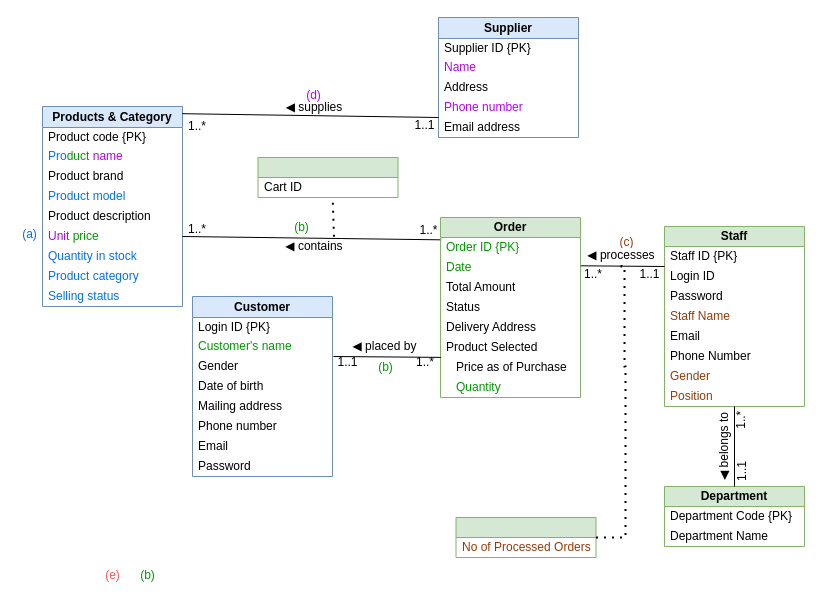
Earlier version of the draw.io diagram Assignment_1.drawio (shadowngks/DBMS). Source tidied: cells renumbered, new cells numbered last; positions are measured from the earlier drawing's top-left corner, leaving out a move shared by most shapes. Both pictures are drawn from the tidied source at 100%, with x=0, y=0 at pixel (17, 17).
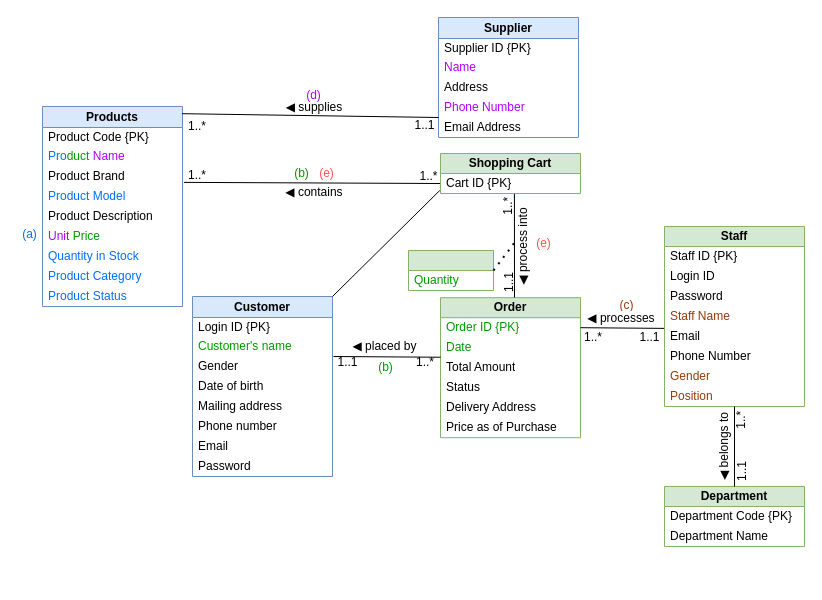
After the change.

Commit message:
This PC is only from this supplier

The change refers to these unchanged cells:
```xml
<mxCell id="12" value="Supplier" style="swimlane;fontStyle=1;horizontal=1;startSize=21;whiteSpace=wrap;html=1;fillColor=#dae8fc;strokeColor=#6c8ebf;" parent="1" vertex="1">
  <mxGeometry x="421" width="140" height="120" as="geometry" />
</mxCell>
<mxCell id="18" value="Customer" style="swimlane;fontStyle=1;horizontal=1;startSize=21;whiteSpace=wrap;html=1;fillColor=#dae8fc;strokeColor=#6c8ebf;" parent="1" vertex="1">
  <mxGeometry x="175" y="279" width="140" height="180" as="geometry" />
</mxCell>
<mxCell id="36" value="Order ID {PK}" style="text;strokeColor=none;fillColor=none;align=left;verticalAlign=middle;spacingLeft=4;spacingRight=4;overflow=hidden;points=[[0,0.5],[1,0.5]];portConstraint=eastwest;whiteSpace=wrap;html=1;fontColor=#009900;" parent="35" vertex="1">
  <mxGeometry y="20" width="140" height="20" as="geometry" />
</mxCell>
<mxCell id="37" value="Date" style="text;strokeColor=none;fillColor=none;align=left;verticalAlign=middle;spacingLeft=4;spacingRight=4;overflow=hidden;points=[[0,0.5],[1,0.5]];portConstraint=eastwest;whiteSpace=wrap;html=1;fontColor=#009900;" parent="35" vertex="1">
  <mxGeometry y="40" width="140" height="20" as="geometry" />
</mxCell>
<mxCell id="51" value="Email" style="text;html=1;align=left;verticalAlign=middle;whiteSpace=wrap;rounded=0;spacingLeft=4;" parent="46" vertex="1">
  <mxGeometry y="100" width="140" height="20" as="geometry" />
</mxCell>
```

The edit, as a diff of the source:
```diff
@@
-    <mxCell id="2" value="Products &amp;amp; Category" style="swimlane;fontStyle=1;horizontal=1;startSize=21;whiteSpace=wrap;html=1;fillColor=#dae8fc;strokeColor=#6c8ebf;" parent="1" vertex="1">
+    <mxCell id="2" value="Products" style="swimlane;fontStyle=1;horizontal=1;startSize=21;whiteSpace=wrap;html=1;fillColor=#dae8fc;strokeColor=#6c8ebf;" parent="1" vertex="1">
       <mxGeometry x="25" y="89" width="140" height="200" as="geometry" />
     </mxCell>
-    <mxCell id="3" value="Product code {PK}" style="text;strokeColor=none;fillColor=none;align=left;verticalAlign=middle;spacingLeft=4;spacingRight=4;overflow=hidden;whiteSpace=wrap;html=1;" parent="2" vertex="1">
+    <mxCell id="3" value="Product Code {PK}" style="text;strokeColor=none;fillColor=none;align=left;verticalAlign=middle;spacingLeft=4;spacingRight=4;overflow=hidden;whiteSpace=wrap;html=1;" parent="2" vertex="1">
       <mxGeometry y="21" width="140" height="19" as="geometry" />
     </mxCell>
-    <mxCell id="4" value="Pro&lt;font color=&quot;#009900&quot;&gt;duct&lt;/font&gt; &lt;font color=&quot;#b300ff&quot;&gt;name&lt;/font&gt;" style="text;strokeColor=none;fillColor=none;align=left;verticalAlign=middle;spacingLeft=4;spacingRight=4;overflow=hidden;whiteSpace=wrap;html=1;fontColor=#006FFF;" parent="2" vertex="1">
+    <mxCell id="4" value="Pro&lt;font color=&quot;#009900&quot;&gt;duct&lt;/font&gt;&amp;nbsp;&lt;font color=&quot;#b300ff&quot;&gt;Name&lt;/font&gt;" style="text;strokeColor=none;fillColor=none;align=left;verticalAlign=middle;spacingLeft=4;spacingRight=4;overflow=hidden;whiteSpace=wrap;html=1;fontColor=#006FFF;" parent="2" vertex="1">
       <mxGeometry y="40" width="140" height="20" as="geometry" />
     </mxCell>
-    <mxCell id="5" value="Product brand" style="text;strokeColor=none;fillColor=none;align=left;verticalAlign=middle;spacingLeft=4;spacingRight=4;overflow=hidden;points=[[0,0.5],[1,0.5]];portConstraint=eastwest;whiteSpace=wrap;html=1;" parent="2" vertex="1">
+    <mxCell id="5" value="Product Brand" style="text;strokeColor=none;fillColor=none;align=left;verticalAlign=middle;spacingLeft=4;spacingRight=4;overflow=hidden;points=[[0,0.5],[1,0.5]];portConstraint=eastwest;whiteSpace=wrap;html=1;" parent="2" vertex="1">
       <mxGeometry y="60" width="140" height="20" as="geometry" />
     </mxCell>
-    <mxCell id="6" value="Product model" style="text;html=1;align=left;verticalAlign=middle;whiteSpace=wrap;rounded=0;spacingLeft=4;fontColor=#006FFF;" parent="2" vertex="1">
+    <mxCell id="6" value="Product Model" style="text;html=1;align=left;verticalAlign=middle;whiteSpace=wrap;rounded=0;spacingLeft=4;fontColor=#006FFF;" parent="2" vertex="1">
       <mxGeometry y="80" width="140" height="20" as="geometry" />
     </mxCell>
-    <mxCell id="7" value="Product description" style="text;html=1;align=left;verticalAlign=middle;whiteSpace=wrap;rounded=0;spacingLeft=4;" parent="2" vertex="1">
+    <mxCell id="7" value="Product Description" style="text;html=1;align=left;verticalAlign=middle;whiteSpace=wrap;rounded=0;spacingLeft=4;" parent="2" vertex="1">
       <mxGeometry y="100" width="140" height="20" as="geometry" />
     </mxCell>
-    <mxCell id="8" value="Unit &lt;font color=&quot;#009900&quot;&gt;price&lt;/font&gt;" style="text;html=1;align=left;verticalAlign=middle;whiteSpace=wrap;rounded=0;spacingLeft=4;fontColor=#B300FF;" parent="2" vertex="1">
+    <mxCell id="8" value="Unit &lt;font color=&quot;#009900&quot;&gt;Price&lt;/font&gt;" style="text;html=1;align=left;verticalAlign=middle;whiteSpace=wrap;rounded=0;spacingLeft=4;fontColor=#B300FF;" parent="2" vertex="1">
       <mxGeometry y="120" width="140" height="20" as="geometry" />
     </mxCell>
-    <mxCell id="9" value="Quantity in stock" style="text;html=1;align=left;verticalAlign=middle;whiteSpace=wrap;rounded=0;spacingLeft=4;fontColor=#006FFF;" parent="2" vertex="1">
+    <mxCell id="9" value="Quantity in Stock" style="text;html=1;align=left;verticalAlign=middle;whiteSpace=wrap;rounded=0;spacingLeft=4;fontColor=#006FFF;" parent="2" vertex="1">
       <mxGeometry y="140" width="140" height="20" as="geometry" />
     </mxCell>
-    <mxCell id="10" value="Product category" style="text;html=1;align=left;verticalAlign=middle;whiteSpace=wrap;rounded=0;spacingLeft=4;fontColor=#006FFF;" parent="2" vertex="1">
+    <mxCell id="10" value="Product Category" style="text;html=1;align=left;verticalAlign=middle;whiteSpace=wrap;rounded=0;spacingLeft=4;fontColor=#006FFF;" parent="2" vertex="1">
       <mxGeometry y="160" width="140" height="20" as="geometry" />
     </mxCell>
-    <mxCell id="11" value="Selling status" style="text;html=1;align=left;verticalAlign=middle;whiteSpace=wrap;rounded=0;spacingLeft=4;fontColor=#006FFF;" parent="2" vertex="1">
+    <mxCell id="11" value="Product Status" style="text;html=1;align=left;verticalAlign=middle;whiteSpace=wrap;rounded=0;spacingLeft=4;fontColor=#006FFF;" parent="2" vertex="1">
       <mxGeometry y="180" width="140" height="20" as="geometry" />
     </mxCell>
@@
-    <mxCell id="16" value="Phone number" style="text;html=1;align=left;verticalAlign=middle;whiteSpace=wrap;rounded=0;spacingLeft=4;fontColor=#B300FF;" parent="12" vertex="1">
+    <mxCell id="16" value="Phone Number" style="text;html=1;align=left;verticalAlign=middle;whiteSpace=wrap;rounded=0;spacingLeft=4;fontColor=#B300FF;" parent="12" vertex="1">
       <mxGeometry y="80" width="140" height="20" as="geometry" />
     </mxCell>
-    <mxCell id="17" value="Email address" style="text;html=1;align=left;verticalAlign=middle;whiteSpace=wrap;rounded=0;spacingLeft=4;" parent="12" vertex="1">
+    <mxCell id="17" value="Email A&lt;span style=&quot;background-color: initial;&quot;&gt;ddress&lt;/span&gt;" style="text;html=1;align=left;verticalAlign=middle;whiteSpace=wrap;rounded=0;spacingLeft=4;" parent="12" vertex="1">
       <mxGeometry y="100" width="140" height="20" as="geometry" />
     </mxCell>
@@
     <mxCell id="31" style="swimlane;fontStyle=1;horizontal=1;startSize=20;whiteSpace=wrap;html=1;fillColor=#d5e8d4;strokeColor=#82b366;" parent="1" vertex="1">
-      <mxGeometry x="240.5" y="140" width="140" height="40" as="geometry" />
+      <mxGeometry x="391" y="233" width="85" height="40" as="geometry" />
     </mxCell>
-    <mxCell id="32" value="Cart ID" style="text;strokeColor=none;fillColor=none;align=left;verticalAlign=middle;spacingLeft=4;spacingRight=4;overflow=hidden;points=[[0,0.5],[1,0.5]];portConstraint=eastwest;whiteSpace=wrap;html=1;" parent="31" vertex="1">
-      <mxGeometry y="20" width="140" height="20" as="geometry" />
-    </mxCell>
+    <mxCell id="43" value="Quantity" style="text;strokeColor=none;fillColor=none;align=left;verticalAlign=middle;spacingLeft=4;spacingRight=4;overflow=hidden;whiteSpace=wrap;html=1;fontColor=#009900;" parent="31" vertex="1">
+      <mxGeometry y="20" width="85" height="20" as="geometry" />
+    </mxCell>
-    <mxCell id="33" style="endArrow=none;html=1;rounded=0;entryX=1;entryY=0.5;entryDx=0;entryDy=0;exitX=0.006;exitY=0.117;exitDx=0;exitDy=0;exitPerimeter=0;" parent="1" edge="1" source="36" target="8">
+    <mxCell id="33" style="endArrow=none;html=1;rounded=0;entryX=1.01;entryY=0.794;entryDx=0;entryDy=0;entryPerimeter=0;exitX=0;exitY=0.5;exitDx=0;exitDy=0;" parent="1" edge="1" source="82" target="5">
       <mxGeometry relative="1" as="geometry" />
     </mxCell>
     <mxCell id="34" value="&lt;span style=&quot;font-family: sans-serif; font-size: 12.0191px; text-align: start; white-space: pre; background-color: rgb(255, 255, 255);&quot;&gt;◀ contains&lt;/span&gt;" style="text;html=1;align=center;verticalAlign=middle;whiteSpace=wrap;rounded=0;" parent="1" vertex="1">
-      <mxGeometry x="256.5" y="219.2" width="80" height="20" as="geometry" />
+      <mxGeometry x="256.5" y="165.2" width="80" height="20" as="geometry" />
     </mxCell>
     <mxCell id="35" value="Order" style="swimlane;fontStyle=1;horizontal=1;startSize=20;whiteSpace=wrap;html=1;fillColor=#d5e8d4;strokeColor=#82b366;" parent="1" vertex="1">
-      <mxGeometry x="423" y="200" width="140" height="180" as="geometry" />
+      <mxGeometry x="423" y="280.2" width="140" height="140" as="geometry" />
     </mxCell>
@@
-    <mxCell id="41" value="Product Selected" style="text;strokeColor=none;fillColor=none;align=left;verticalAlign=middle;spacingLeft=4;spacingRight=4;overflow=hidden;whiteSpace=wrap;html=1;" parent="35" vertex="1">
-      <mxGeometry y="120" width="140" height="20" as="geometry" />
-    </mxCell>
-    <mxCell id="42" value="Price as of Purchase" style="text;strokeColor=none;fillColor=none;align=left;verticalAlign=middle;spacingLeft=14;spacingRight=4;overflow=hidden;points=[[0,0.5],[1,0.5]];portConstraint=eastwest;whiteSpace=wrap;html=1;" parent="35" vertex="1">
-      <mxGeometry y="140" width="140" height="20" as="geometry" />
+    <mxCell id="42" value="Price as of Purchase" style="text;strokeColor=none;fillColor=none;align=left;verticalAlign=middle;spacingLeft=4;spacingRight=4;overflow=hidden;points=[[0,0.5],[1,0.5]];portConstraint=eastwest;whiteSpace=wrap;html=1;" parent="35" vertex="1">
+      <mxGeometry y="120" width="140" height="20" as="geometry" />
     </mxCell>
-    <mxCell id="43" value="Quantity" style="text;strokeColor=none;fillColor=none;align=left;verticalAlign=middle;spacingLeft=14;spacingRight=4;overflow=hidden;whiteSpace=wrap;html=1;fontColor=#009900;" parent="35" vertex="1">
-      <mxGeometry y="160" width="140" height="20" as="geometry" />
-    </mxCell>
-    <mxCell id="44" style="endArrow=none;html=1;rounded=0;exitX=1;exitY=0.5;exitDx=0;exitDy=0;entryX=0.003;entryY=-0.006;entryDx=0;entryDy=0;entryPerimeter=0;" parent="1" edge="1" target="42">
+    <mxCell id="44" style="endArrow=none;html=1;rounded=0;exitX=1;exitY=0.5;exitDx=0;exitDy=0;entryX=0.001;entryY=0.977;entryDx=0;entryDy=0;entryPerimeter=0;" parent="1" edge="1" target="37">
       <mxGeometry relative="1" as="geometry">
         <mxPoint x="316" y="339" as="sourcePoint" />
       </mxGeometry>
     </mxCell>
@@
-    <mxCell id="65" value="&lt;span style=&quot;font-family: sans-serif; font-size: 12.0191px; text-align: start; white-space: pre; background-color: rgb(255, 255, 255);&quot;&gt;&lt;font color=&quot;#009900&quot;&gt;(b)&lt;/font&gt;&lt;/span&gt;" style="text;html=1;align=center;verticalAlign=middle;whiteSpace=wrap;rounded=0;fontColor=#FF5454;" parent="1" vertex="1">
-      <mxGeometry x="118" y="550" width="25" height="15" as="geometry" />
-    </mxCell>
     <mxCell id="66" value="&lt;span style=&quot;font-family: sans-serif; font-size: 12.0191px; text-align: start; white-space: pre; background-color: rgb(255, 255, 255);&quot;&gt;(c)&lt;/span&gt;" style="text;html=1;align=center;verticalAlign=middle;whiteSpace=wrap;rounded=0;fontColor=#943B08;" parent="1" vertex="1">
-      <mxGeometry x="597" y="217" width="25" height="15" as="geometry" />
+      <mxGeometry x="597" y="280" width="25" height="15" as="geometry" />
     </mxCell>
@@
-    <mxCell id="68" style="endArrow=none;html=1;rounded=0;exitX=1.002;exitY=0.415;exitDx=0;exitDy=0;exitPerimeter=0;" parent="1" edge="1" source="37">
-      <mxGeometry relative="1" as="geometry">
-        <mxPoint x="647" y="249" as="targetPoint" />
-      </mxGeometry>
+    <mxCell id="68" style="endArrow=none;html=1;rounded=0;exitX=1;exitY=0.5;exitDx=0;exitDy=0;entryX=-0.003;entryY=0.094;entryDx=0;entryDy=0;entryPerimeter=0;" parent="1" edge="1" source="36" target="51">
+      <mxGeometry relative="1" as="geometry" />
     </mxCell>
     <mxCell id="69" value="&lt;span style=&quot;font-family: sans-serif; font-size: 12.0191px; text-align: start; white-space: pre; background-color: rgb(255, 255, 255);&quot;&gt;◀ processes&lt;/span&gt;" style="text;html=1;align=center;verticalAlign=middle;whiteSpace=wrap;rounded=0;" parent="1" vertex="1">
-      <mxGeometry x="564" y="229" width="80" height="18" as="geometry" />
+      <mxGeometry x="564" y="292" width="80" height="18" as="geometry" />
     </mxCell>
     <mxCell id="70" value="1..*" style="text;html=1;align=center;verticalAlign=middle;whiteSpace=wrap;rounded=0;" parent="1" vertex="1">
-      <mxGeometry x="561" y="252.8" width="30" height="7.5" as="geometry" />
+      <mxGeometry x="561" y="315.8" width="30" height="7.5" as="geometry" />
     </mxCell>
     <mxCell id="71" value="1..1" style="text;html=1;align=center;verticalAlign=middle;whiteSpace=wrap;rounded=0;" parent="1" vertex="1">
-      <mxGeometry x="618" y="251.5" width="29" height="10" as="geometry" />
+      <mxGeometry x="618" y="314.5" width="29" height="10" as="geometry" />
     </mxCell>
-    <mxCell id="72" style="swimlane;fontStyle=0;horizontal=1;startSize=20;whiteSpace=wrap;html=1;fillColor=#d5e8d4;strokeColor=#82b366;" parent="1" vertex="1">
-      <mxGeometry x="438.5" y="500" width="140" height="40" as="geometry" />
-    </mxCell>
-    <mxCell id="73" value="No of Processed Orders" style="text;html=1;align=left;verticalAlign=middle;whiteSpace=wrap;rounded=0;spacingLeft=4;fontColor=#943B08;" parent="72" vertex="1">
-      <mxGeometry y="20" width="140" height="20" as="geometry" />
-    </mxCell>
-    <mxCell id="74" style="endArrow=none;dashed=1;html=1;dashPattern=1 3;strokeWidth=2;rounded=0;edgeStyle=orthogonalEdgeStyle;exitX=1;exitY=0;exitDx=0;exitDy=0;entryX=0.5;entryY=1;entryDx=0;entryDy=0;" parent="1" edge="1" source="73" target="69">
-      <mxGeometry relative="1" as="geometry">
-        <Array as="points">
-          <mxPoint x="608" y="520" />
-          <mxPoint x="608" y="349" />
-          <mxPoint x="607" y="349" />
-          <mxPoint x="607" y="249" />
-          <mxPoint x="604" y="249" />
-        </Array>
-      </mxGeometry>
-    </mxCell>
     <mxCell id="75" value="1..*" style="text;html=1;align=center;verticalAlign=middle;whiteSpace=wrap;rounded=0;" parent="1" vertex="1">
-      <mxGeometry x="165" y="208" width="30" height="7.5" as="geometry" />
+      <mxGeometry x="165" y="154" width="30" height="7.5" as="geometry" />
     </mxCell>
     <mxCell id="76" value="1..*" style="text;html=1;align=center;verticalAlign=middle;whiteSpace=wrap;rounded=0;" parent="1" vertex="1">
-      <mxGeometry x="397" y="207.8" width="29" height="10" as="geometry" />
+      <mxGeometry x="397" y="153.8" width="29" height="10" as="geometry" />
     </mxCell>
@@
     <mxCell id="78" value="&lt;span style=&quot;font-family: sans-serif; font-size: 12.0191px; text-align: start; white-space: pre; background-color: rgb(255, 255, 255);&quot;&gt;&lt;font color=&quot;#009900&quot;&gt;(b)&lt;/font&gt;&lt;/span&gt;" style="text;html=1;align=center;verticalAlign=middle;whiteSpace=wrap;rounded=0;fontColor=#FF5454;" parent="1" vertex="1">
-      <mxGeometry x="272.2" y="202.5" width="25" height="15" as="geometry" />
+      <mxGeometry x="272.2" y="148.5" width="25" height="15" as="geometry" />
     </mxCell>
     <mxCell id="79" value="&lt;span style=&quot;font-family: sans-serif; font-size: 12.0191px; text-align: start; white-space: pre; background-color: rgb(255, 255, 255);&quot;&gt;(e)&lt;/span&gt;" style="text;html=1;align=center;verticalAlign=middle;whiteSpace=wrap;rounded=0;fontColor=#FF5454;" parent="1" vertex="1">
-      <mxGeometry x="82.5" y="550" width="25" height="15" as="geometry" />
+      <mxGeometry x="514" y="218" width="25" height="15" as="geometry" />
     </mxCell>
-    <mxCell id="80" style="endArrow=none;dashed=1;html=1;dashPattern=1 3;strokeWidth=2;rounded=0;entryX=0.533;entryY=0.968;entryDx=0;entryDy=0;entryPerimeter=0;exitX=0.75;exitY=0;exitDx=0;exitDy=0;" parent="1" edge="1" source="34" target="32">
+    <mxCell id="80" style="endArrow=none;dashed=1;html=1;dashPattern=1 3;strokeWidth=2;rounded=0;exitX=1;exitY=0.5;exitDx=0;exitDy=0;entryX=0.547;entryY=0.047;entryDx=0;entryDy=0;entryPerimeter=0;" parent="1" edge="1" source="31" target="84">
       <mxGeometry relative="1" as="geometry" />
     </mxCell>
+    <mxCell id="81" value="Shopping Cart" style="swimlane;fontStyle=1;horizontal=1;startSize=20;whiteSpace=wrap;html=1;fillColor=#d5e8d4;strokeColor=#82b366;" parent="1" vertex="1">
+      <mxGeometry x="423" y="136" width="140" height="40" as="geometry" />
+    </mxCell>
+    <mxCell id="82" value="Cart ID {PK}" style="text;strokeColor=none;fillColor=none;align=left;verticalAlign=middle;spacingLeft=4;spacingRight=4;overflow=hidden;points=[[0,0.5],[1,0.5]];portConstraint=eastwest;whiteSpace=wrap;html=1;" parent="81" vertex="1">
+      <mxGeometry y="20" width="140" height="20" as="geometry" />
+    </mxCell>
+    <mxCell id="83" style="endArrow=none;html=1;rounded=0;entryX=0.528;entryY=1.015;entryDx=0;entryDy=0;entryPerimeter=0;" parent="1" edge="1" target="82">
+      <mxGeometry relative="1" as="geometry">
+        <mxPoint x="497" y="280" as="sourcePoint" />
+      </mxGeometry>
+    </mxCell>
+    <mxCell id="84" value="&lt;span style=&quot;font-family: sans-serif; font-size: 12.0191px; text-align: start; white-space: pre; background-color: rgb(255, 255, 255);&quot;&gt;◀ process into&lt;/span&gt;" style="text;html=1;align=center;verticalAlign=middle;whiteSpace=wrap;rounded=0;rotation=-90;" parent="1" vertex="1">
+      <mxGeometry x="466" y="219" width="80" height="20" as="geometry" />
+    </mxCell>
+    <mxCell id="85" value="1..1" style="text;html=1;align=center;verticalAlign=middle;whiteSpace=wrap;rounded=0;rotation=-90;" parent="1" vertex="1">
+      <mxGeometry x="477" y="260" width="29" height="10" as="geometry" />
+    </mxCell>
+    <mxCell id="86" value="1..*" style="text;html=1;align=center;verticalAlign=middle;whiteSpace=wrap;rounded=0;rotation=-90;" parent="1" vertex="1">
+      <mxGeometry x="476" y="185" width="30" height="7.5" as="geometry" />
+    </mxCell>
+    <mxCell id="87" value="&lt;span style=&quot;font-family: sans-serif; font-size: 12.0191px; text-align: start; white-space: pre; background-color: rgb(255, 255, 255);&quot;&gt;(e)&lt;/span&gt;" style="text;html=1;align=center;verticalAlign=middle;whiteSpace=wrap;rounded=0;fontColor=#FF5454;" parent="1" vertex="1">
+      <mxGeometry x="297.2" y="148.8" width="25" height="15" as="geometry" />
+    </mxCell>
+    <mxCell id="88" style="endArrow=none;html=1;rounded=0;exitX=1;exitY=0;exitDx=0;exitDy=0;entryX=-0.005;entryY=0.848;entryDx=0;entryDy=0;entryPerimeter=0;" parent="1" edge="1" source="18" target="82">
+      <mxGeometry relative="1" as="geometry" />
+    </mxCell>
```
